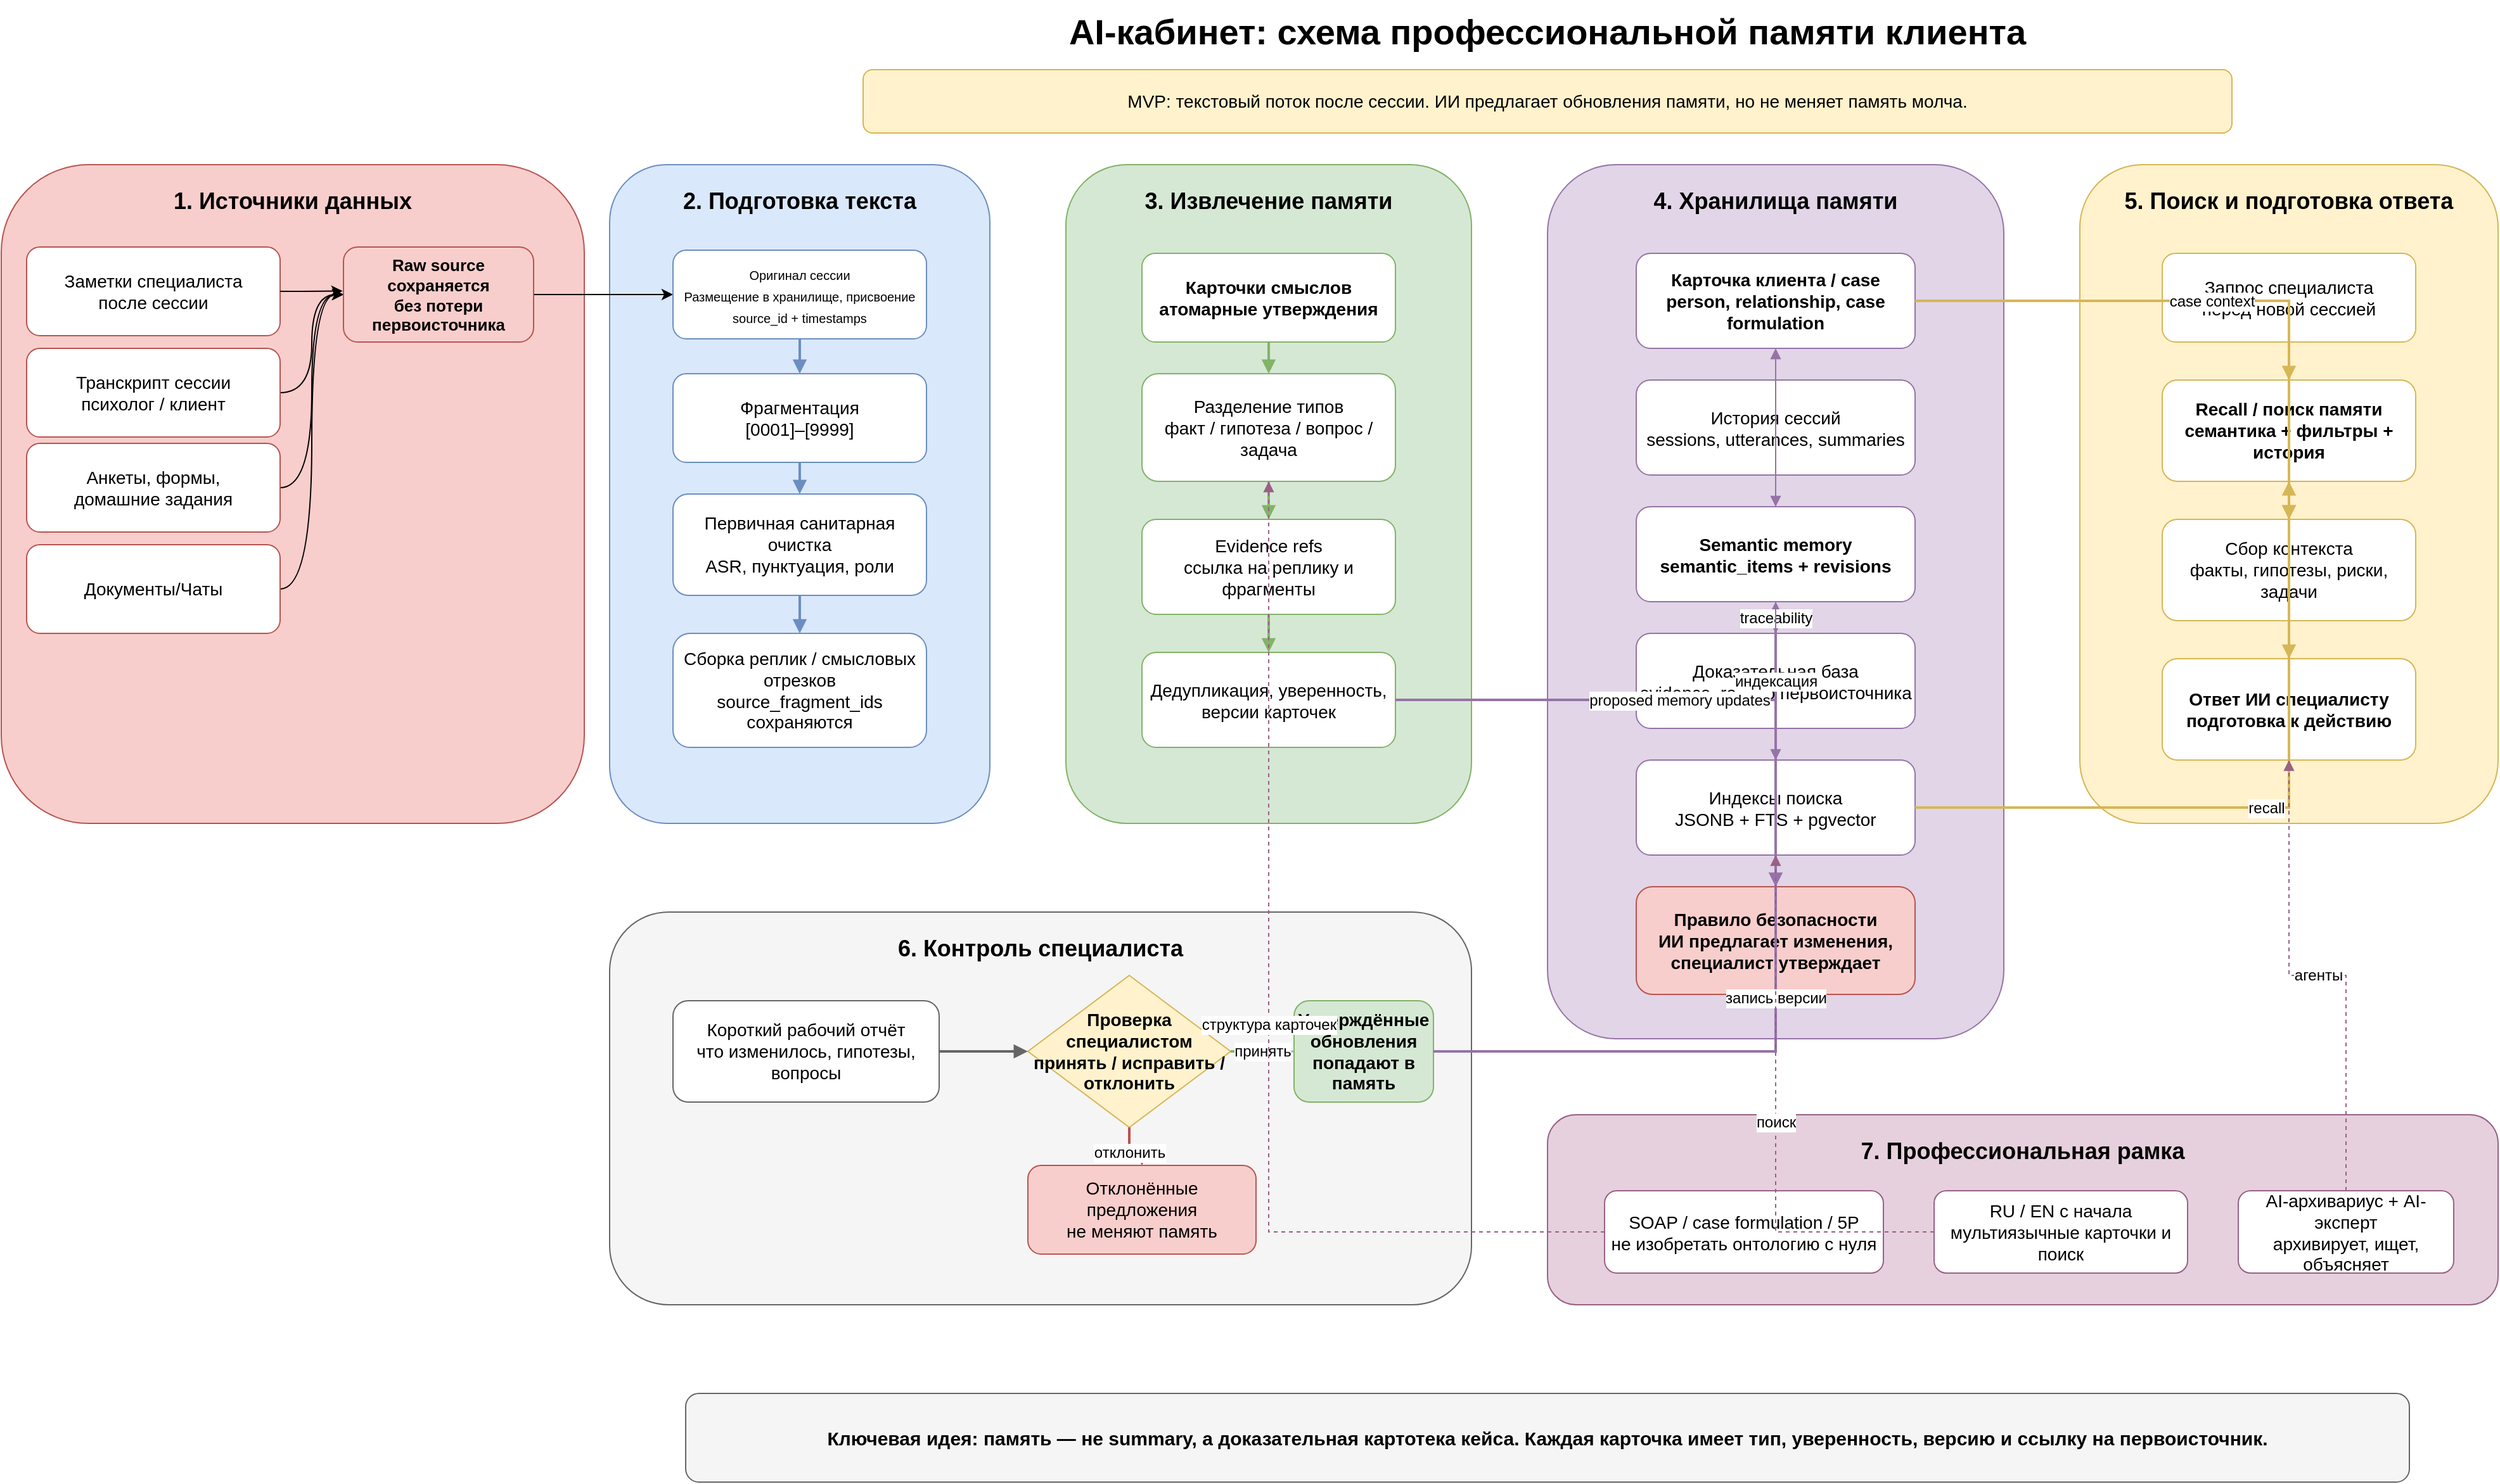
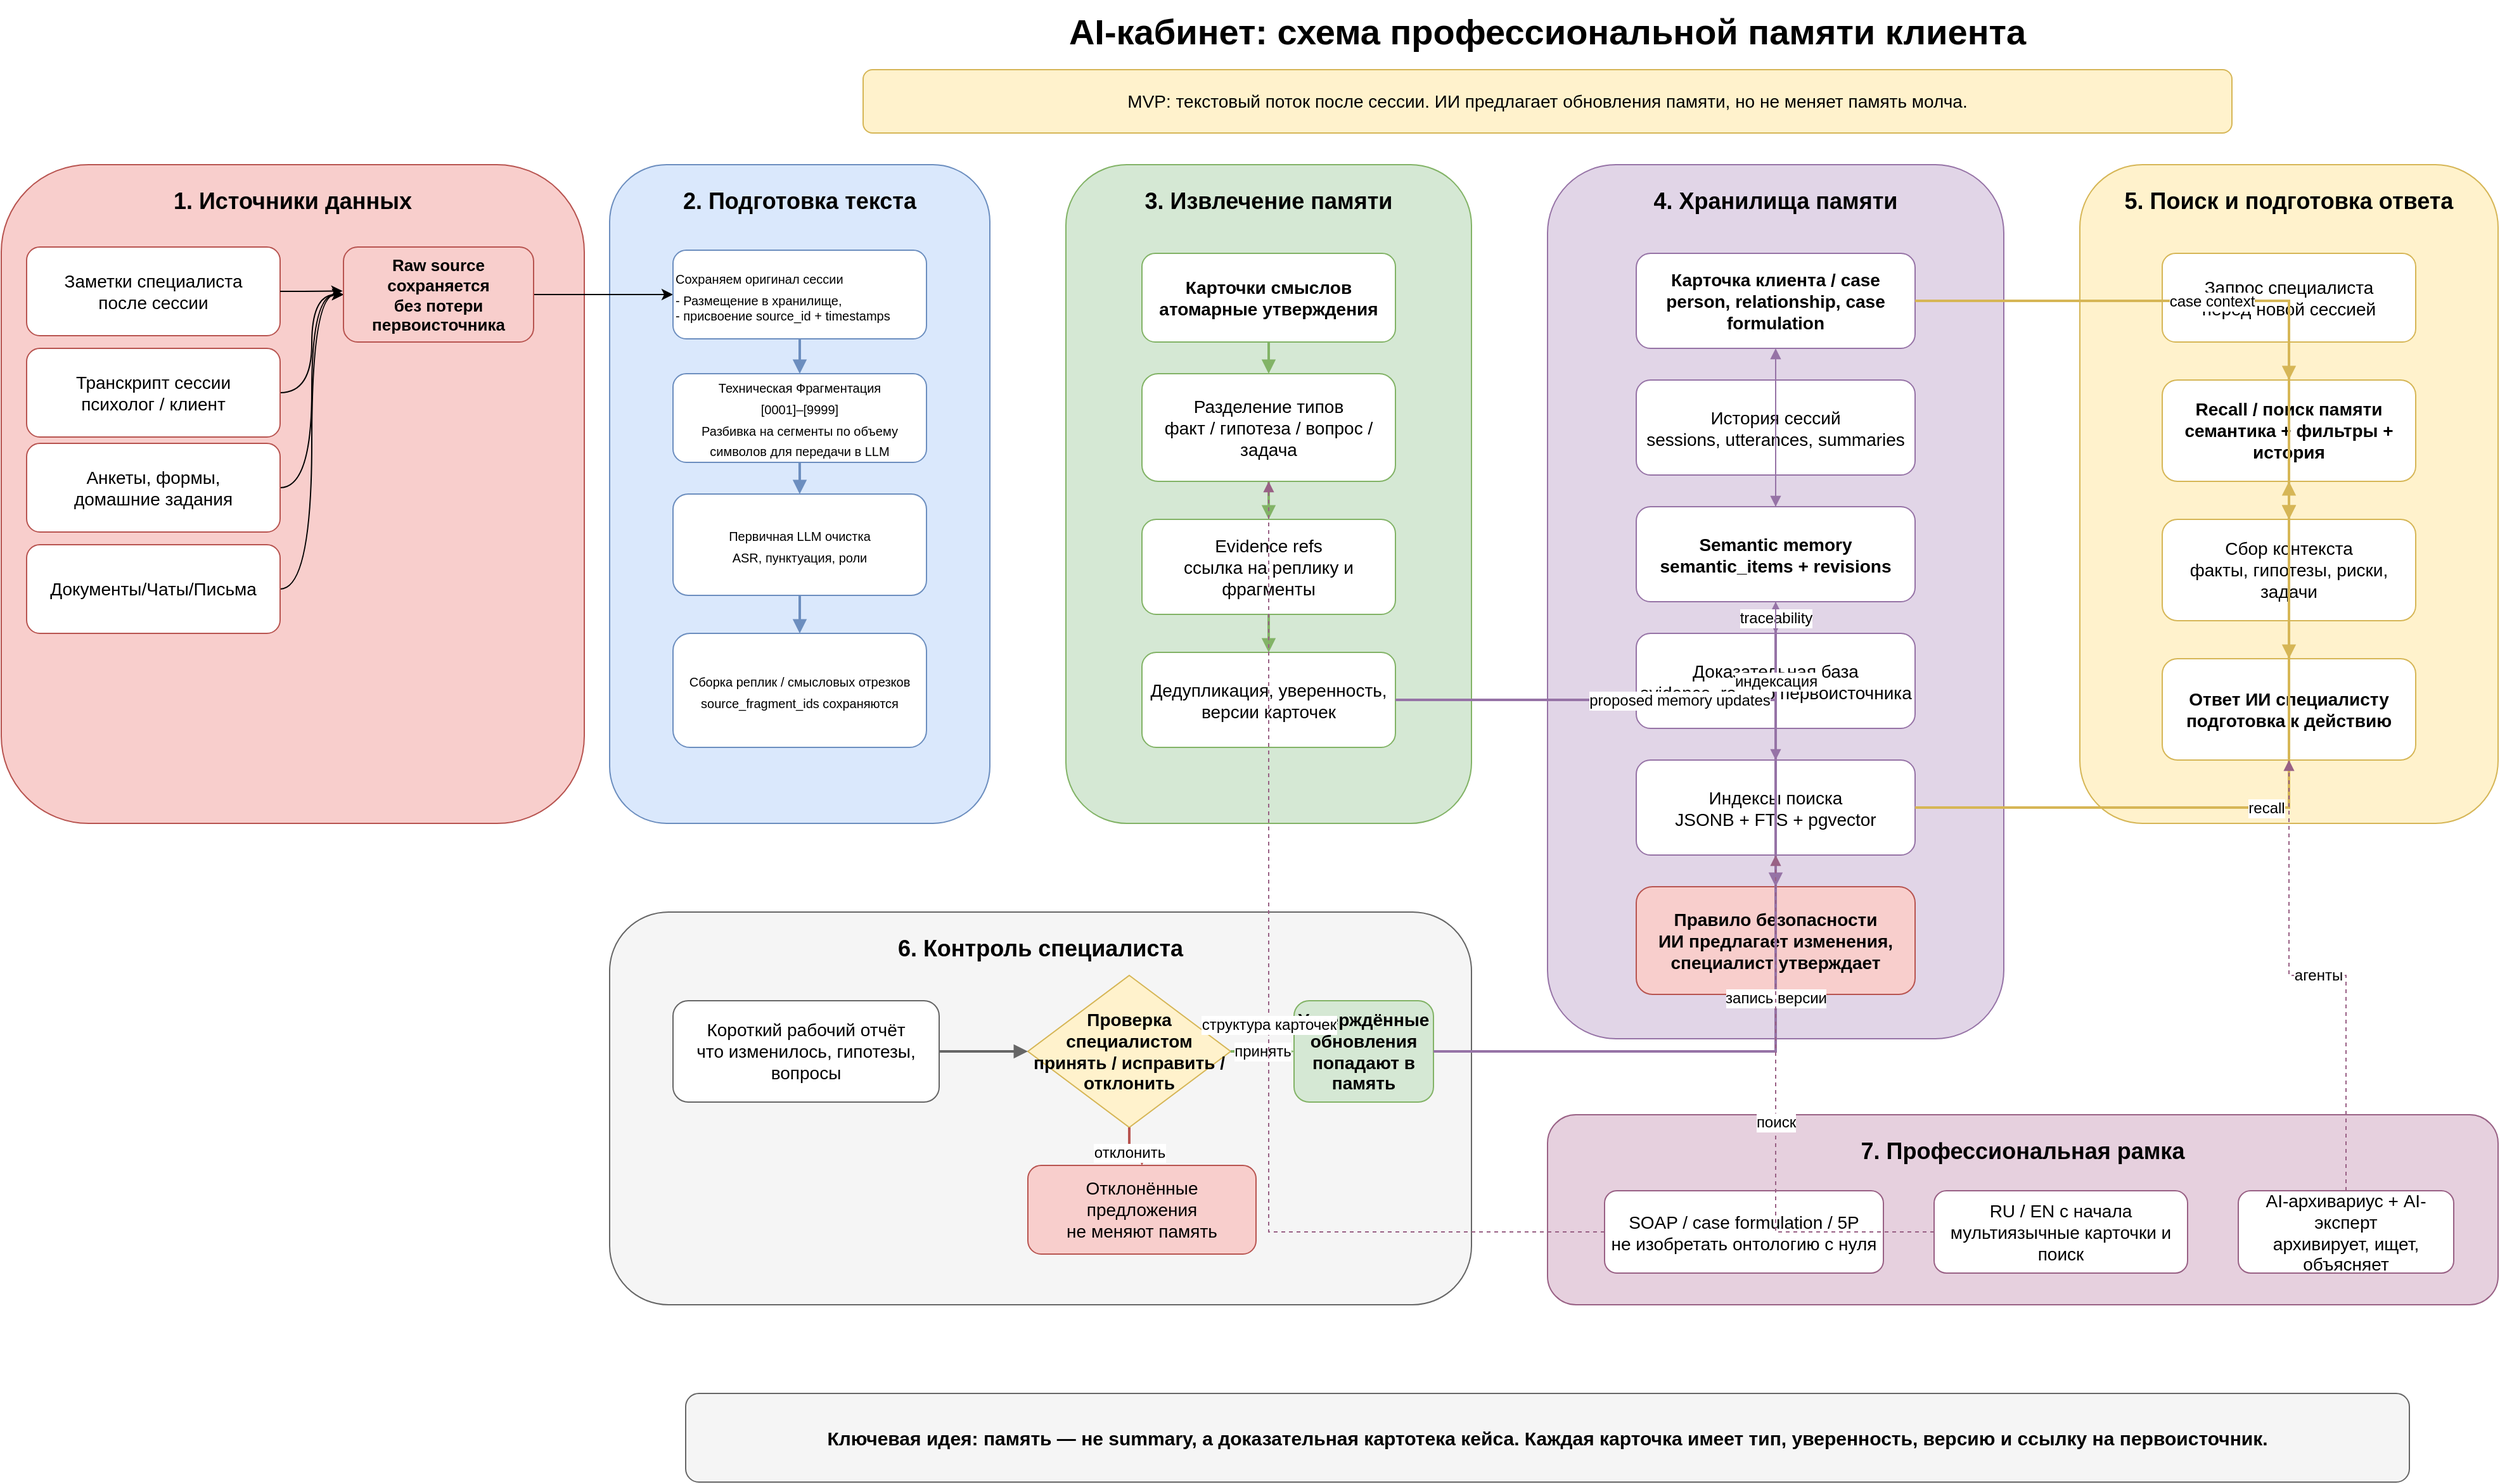
<mxfile host="app.diagrams.net" agent="ChatGPT">
  <diagram name="AI-кабинет — память клиента" id="ai-cabinet-memory-workflow">
-     <mxGraphModel dx="3914" dy="633" grid="1" gridSize="10" guides="1" tooltips="1" connect="1" arrows="1" fold="1" page="1" pageScale="1" pageWidth="2200" pageHeight="1300" math="0" shadow="0">
+     <mxGraphModel dx="4685" dy="918" grid="1" gridSize="10" guides="1" tooltips="1" connect="1" arrows="1" fold="1" page="1" pageScale="1" pageWidth="2200" pageHeight="1300" math="0" shadow="0">
      <root>
        <mxCell id="0" />
        <mxCell id="1" parent="0" />
        <mxCell id="zone_prepare" parent="1" style="rounded=1;whiteSpace=wrap;html=1;fillColor=#dae8fc;strokeColor=#6c8ebf;fontSize=18;fontStyle=1;align=center;verticalAlign=top;spacingTop=12" value="2. Подготовка текста" vertex="1">
          <mxGeometry height="520" width="300" x="360" y="150" as="geometry" />
        </mxCell>
        <mxCell id="title" parent="1" style="text;html=1;strokeColor=none;fillColor=none;align=center;verticalAlign=middle;whiteSpace=wrap;rounded=0;fontSize=28;fontStyle=1" value="AI-кабинет: схема профессиональной памяти клиента" vertex="1">
          <mxGeometry height="50" width="1480" x="360" y="20" as="geometry" />
        </mxCell>
        <mxCell id="subtitle" parent="1" style="rounded=1;whiteSpace=wrap;html=1;fillColor=#fff2cc;strokeColor=#d6b656;fontSize=14;align=center;verticalAlign=middle" value="MVP: текстовый поток после сессии. ИИ предлагает обновления памяти, но не меняет память молча." vertex="1">
          <mxGeometry height="50" width="1080" x="560" y="75" as="geometry" />
        </mxCell>
        <mxCell id="zone_input" parent="1" style="rounded=1;whiteSpace=wrap;html=1;fillColor=#f8cecc;strokeColor=#b85450;fontSize=18;fontStyle=1;align=center;verticalAlign=top;spacingTop=12" value="1. Источники данных" vertex="1">
          <mxGeometry height="520" width="460" x="-120" y="150" as="geometry" />
        </mxCell>
        <mxCell id="source_notes" parent="1" style="rounded=1;whiteSpace=wrap;html=1;fillColor=#ffffff;strokeColor=#b85450;fontSize=14" value="Заметки специалиста&#xa;после сессии" vertex="1">
          <mxGeometry height="70" width="200" x="-100" y="215" as="geometry" />
        </mxCell>
        <mxCell id="Tc8escb-BXCXqptsqmxu-12" edge="1" parent="1" source="source_transcript" style="edgeStyle=orthogonalEdgeStyle;rounded=0;orthogonalLoop=1;jettySize=auto;html=1;entryX=0;entryY=0.5;entryDx=0;entryDy=0;curved=1;" target="source_raw">
          <mxGeometry relative="1" as="geometry" />
        </mxCell>
        <mxCell id="source_transcript" parent="1" style="rounded=1;whiteSpace=wrap;html=1;fillColor=#ffffff;strokeColor=#b85450;fontSize=14" value="Транскрипт сессии&#xa;психолог / клиент" vertex="1">
          <mxGeometry height="70" width="200" x="-100" y="295" as="geometry" />
        </mxCell>
        <mxCell id="Tc8escb-BXCXqptsqmxu-9" edge="1" parent="1" source="source_forms" style="edgeStyle=orthogonalEdgeStyle;rounded=0;orthogonalLoop=1;jettySize=auto;html=1;entryX=0;entryY=0.5;entryDx=0;entryDy=0;curved=1;" target="source_raw">
          <mxGeometry relative="1" as="geometry" />
        </mxCell>
        <mxCell id="source_forms" parent="1" style="rounded=1;whiteSpace=wrap;html=1;fillColor=#ffffff;strokeColor=#b85450;fontSize=14" value="Анкеты, формы,&#xa;домашние задания" vertex="1">
          <mxGeometry height="70" width="200" x="-100" y="370" as="geometry" />
        </mxCell>
        <mxCell id="Tc8escb-BXCXqptsqmxu-10" edge="1" parent="1" source="source_docs" style="edgeStyle=orthogonalEdgeStyle;rounded=0;orthogonalLoop=1;jettySize=auto;html=1;entryX=0;entryY=0.5;entryDx=0;entryDy=0;curved=1;" target="source_raw">
          <mxGeometry relative="1" as="geometry" />
        </mxCell>
-         <mxCell id="source_docs" parent="1" style="rounded=1;whiteSpace=wrap;html=1;fillColor=#ffffff;strokeColor=#b85450;fontSize=14" value="Документы/Чаты" vertex="1">
+         <mxCell id="source_docs" parent="1" style="rounded=1;whiteSpace=wrap;html=1;fillColor=#ffffff;strokeColor=#b85450;fontSize=14" value="Документы/Чаты/Письма" vertex="1">
          <mxGeometry height="70" width="200" x="-100" y="450" as="geometry" />
        </mxCell>
        <mxCell id="Tc8escb-BXCXqptsqmxu-11" edge="1" parent="1" source="source_raw" style="edgeStyle=orthogonalEdgeStyle;rounded=0;orthogonalLoop=1;jettySize=auto;html=1;entryX=0;entryY=0.5;entryDx=0;entryDy=0;" target="prep_original">
          <mxGeometry relative="1" as="geometry" />
        </mxCell>
        <mxCell id="source_raw" parent="1" style="rounded=1;whiteSpace=wrap;html=1;fillColor=#f8cecc;strokeColor=#b85450;fontSize=13;fontStyle=1" value="Raw source сохраняется&#xa;без потери первоисточника" vertex="1">
          <mxGeometry height="75" width="150" x="150" y="215" as="geometry" />
        </mxCell>
-         <mxCell id="prep_original" parent="1" style="rounded=1;whiteSpace=wrap;html=1;fillColor=#ffffff;strokeColor=#6c8ebf;fontSize=14" value="&lt;font style=&quot;font-size: 10px;&quot;&gt;Оригинал сессии&lt;br&gt;Размещение в хранилище, присвоение source_id + timestamps&lt;/font&gt;" vertex="1">
-           <mxGeometry height="70" width="200" x="410" y="217.5" as="geometry" />
-         </mxCell>
-         <mxCell id="prep_fragment" parent="1" style="rounded=1;whiteSpace=wrap;html=1;fillColor=#ffffff;strokeColor=#6c8ebf;fontSize=14;fontStyle=1" value="&lt;span style=&quot;font-weight: normal;&quot;&gt;Фрагментация&lt;br&gt;[0001]–[9999]&lt;/span&gt;" vertex="1">
+         <mxCell id="prep_fragment" parent="1" style="rounded=1;whiteSpace=wrap;html=1;fillColor=#ffffff;strokeColor=#6c8ebf;fontSize=14;fontStyle=1" value="&lt;span style=&quot;font-weight: normal;&quot;&gt;&lt;font style=&quot;font-size: 10px;&quot;&gt;Техническая Фрагментация&lt;br&gt;[0001]–[9999]&lt;br&gt;Разбивка на сегменты по объему символов для передачи в LLM&lt;/font&gt;&lt;/span&gt;" vertex="1">
          <mxGeometry height="70" width="200" x="410" y="315" as="geometry" />
        </mxCell>
-         <mxCell id="prep_clean" parent="1" style="rounded=1;whiteSpace=wrap;html=1;fillColor=#ffffff;strokeColor=#6c8ebf;fontSize=14" value="Первичная санитарная очистка&#xa;ASR, пунктуация, роли" vertex="1">
+         <mxCell id="prep_clean" parent="1" style="rounded=1;whiteSpace=wrap;html=1;fillColor=#ffffff;strokeColor=#6c8ebf;fontSize=14" value="&lt;font style=&quot;font-size: 10px;&quot;&gt;Первичная LLM&amp;nbsp;&lt;/font&gt;&lt;span style=&quot;font-size: 10px; background-color: transparent; color: light-dark(rgb(0, 0, 0), rgb(255, 255, 255));&quot;&gt;очистка&lt;/span&gt;&lt;div&gt;&lt;font style=&quot;font-size: 10px;&quot;&gt;ASR, пунктуация, роли&lt;/font&gt;&lt;/div&gt;" vertex="1">
          <mxGeometry height="80" width="200" x="410" y="410" as="geometry" />
        </mxCell>
-         <mxCell id="prep_assembly" parent="1" style="rounded=1;whiteSpace=wrap;html=1;fillColor=#ffffff;strokeColor=#6c8ebf;fontSize=14" value="Сборка реплик / смысловых отрезков&#xa;source_fragment_ids сохраняются" vertex="1">
+         <mxCell id="prep_assembly" parent="1" style="rounded=1;whiteSpace=wrap;html=1;fillColor=#ffffff;strokeColor=#6c8ebf;fontSize=14" value="&lt;font style=&quot;font-size: 10px;&quot;&gt;Сборка реплик / смысловых отрезков&lt;br&gt;source_fragment_ids сохраняются&lt;/font&gt;" vertex="1">
          <mxGeometry height="90" width="200" x="410" y="520" as="geometry" />
        </mxCell>
        <mxCell id="zone_extract" parent="1" style="rounded=1;whiteSpace=wrap;html=1;fillColor=#d5e8d4;strokeColor=#82b366;fontSize=18;fontStyle=1;align=center;verticalAlign=top;spacingTop=12" value="3. Извлечение памяти" vertex="1">
          <mxGeometry height="520" width="320" x="720" y="150" as="geometry" />
        </mxCell>
        <mxCell id="extract_cards" parent="1" style="rounded=1;whiteSpace=wrap;html=1;fillColor=#ffffff;strokeColor=#82b366;fontSize=14;fontStyle=1" value="Карточки смыслов&#xa;атомарные утверждения" vertex="1">
          <mxGeometry height="70" width="200" x="780" y="220" as="geometry" />
        </mxCell>
        <mxCell id="extract_fact_hyp" parent="1" style="rounded=1;whiteSpace=wrap;html=1;fillColor=#ffffff;strokeColor=#82b366;fontSize=14" value="Разделение типов&#xa;факт / гипотеза / вопрос / задача" vertex="1">
          <mxGeometry height="85" width="200" x="780" y="315" as="geometry" />
        </mxCell>
        <mxCell id="extract_evidence" parent="1" style="rounded=1;whiteSpace=wrap;html=1;fillColor=#ffffff;strokeColor=#82b366;fontSize=14" value="Evidence refs&#xa;ссылка на реплику и фрагменты" vertex="1">
          <mxGeometry height="75" width="200" x="780" y="430" as="geometry" />
        </mxCell>
        <mxCell id="extract_dedup" parent="1" style="rounded=1;whiteSpace=wrap;html=1;fillColor=#ffffff;strokeColor=#82b366;fontSize=14" value="Дедупликация, уверенность,&#xa;версии карточек" vertex="1">
          <mxGeometry height="75" width="200" x="780" y="535" as="geometry" />
        </mxCell>
        <mxCell id="zone_storage" parent="1" style="rounded=1;whiteSpace=wrap;html=1;fillColor=#e1d5e7;strokeColor=#9673a6;fontSize=18;fontStyle=1;align=center;verticalAlign=top;spacingTop=12" value="4. Хранилища памяти" vertex="1">
          <mxGeometry height="690" width="360" x="1100" y="150" as="geometry" />
        </mxCell>
        <mxCell id="store_client" parent="1" style="rounded=1;whiteSpace=wrap;html=1;fillColor=#ffffff;strokeColor=#9673a6;fontSize=14;fontStyle=1" value="Карточка клиента / case&#xa;person, relationship, case formulation" vertex="1">
          <mxGeometry height="75" width="220" x="1170" y="220" as="geometry" />
        </mxCell>
        <mxCell id="store_sessions" parent="1" style="rounded=1;whiteSpace=wrap;html=1;fillColor=#ffffff;strokeColor=#9673a6;fontSize=14" value="История сессий&#xa;sessions, utterances, summaries" vertex="1">
          <mxGeometry height="75" width="220" x="1170" y="320" as="geometry" />
        </mxCell>
        <mxCell id="store_semantic" parent="1" style="rounded=1;whiteSpace=wrap;html=1;fillColor=#ffffff;strokeColor=#9673a6;fontSize=14;fontStyle=1" value="Semantic memory&#xa;semantic_items + revisions" vertex="1">
          <mxGeometry height="75" width="220" x="1170" y="420" as="geometry" />
        </mxCell>
        <mxCell id="store_evidence" parent="1" style="rounded=1;whiteSpace=wrap;html=1;fillColor=#ffffff;strokeColor=#9673a6;fontSize=14" value="Доказательная база&#xa;evidence_refs до первоисточника" vertex="1">
          <mxGeometry height="75" width="220" x="1170" y="520" as="geometry" />
        </mxCell>
        <mxCell id="store_index" parent="1" style="rounded=1;whiteSpace=wrap;html=1;fillColor=#ffffff;strokeColor=#9673a6;fontSize=14" value="Индексы поиска&#xa;JSONB + FTS + pgvector" vertex="1">
          <mxGeometry height="75" width="220" x="1170" y="620" as="geometry" />
        </mxCell>
        <mxCell id="store_policy" parent="1" style="rounded=1;whiteSpace=wrap;html=1;fillColor=#f8cecc;strokeColor=#b85450;fontSize=14;fontStyle=1" value="Правило безопасности&#xa;ИИ предлагает изменения,&#xa;специалист утверждает" vertex="1">
          <mxGeometry height="85" width="220" x="1170" y="720" as="geometry" />
        </mxCell>
        <mxCell id="zone_retrieval" parent="1" style="rounded=1;whiteSpace=wrap;html=1;fillColor=#fff2cc;strokeColor=#d6b656;fontSize=18;fontStyle=1;align=center;verticalAlign=top;spacingTop=12" value="5. Поиск и подготовка ответа" vertex="1">
          <mxGeometry height="520" width="330" x="1520" y="150" as="geometry" />
        </mxCell>
        <mxCell id="retrieval_query" parent="1" style="rounded=1;whiteSpace=wrap;html=1;fillColor=#ffffff;strokeColor=#d6b656;fontSize=14" value="Запрос специалиста&#xa;перед новой сессией" vertex="1">
          <mxGeometry height="70" width="200" x="1585" y="220" as="geometry" />
        </mxCell>
        <mxCell id="retrieval_search" parent="1" style="rounded=1;whiteSpace=wrap;html=1;fillColor=#ffffff;strokeColor=#d6b656;fontSize=14;fontStyle=1" value="Recall / поиск памяти&#xa;семантика + фильтры + история" vertex="1">
          <mxGeometry height="80" width="200" x="1585" y="320" as="geometry" />
        </mxCell>
        <mxCell id="retrieval_context" parent="1" style="rounded=1;whiteSpace=wrap;html=1;fillColor=#ffffff;strokeColor=#d6b656;fontSize=14" value="Сбор контекста&#xa;факты, гипотезы, риски, задачи" vertex="1">
          <mxGeometry height="80" width="200" x="1585" y="430" as="geometry" />
        </mxCell>
        <mxCell id="retrieval_answer" parent="1" style="rounded=1;whiteSpace=wrap;html=1;fillColor=#ffffff;strokeColor=#d6b656;fontSize=14;fontStyle=1" value="Ответ ИИ специалисту&#xa;подготовка к действию" vertex="1">
          <mxGeometry height="80" width="200" x="1585" y="540" as="geometry" />
        </mxCell>
        <mxCell id="zone_human" parent="1" style="rounded=1;whiteSpace=wrap;html=1;fillColor=#f5f5f5;strokeColor=#666666;fontSize=18;fontStyle=1;align=center;verticalAlign=top;spacingTop=12" value="6. Контроль специалиста" vertex="1">
          <mxGeometry height="310" width="680" x="360" y="740" as="geometry" />
        </mxCell>
        <mxCell id="human_report" parent="1" style="rounded=1;whiteSpace=wrap;html=1;fillColor=#ffffff;strokeColor=#666666;fontSize=14" value="Короткий рабочий отчёт&#xa;что изменилось, гипотезы, вопросы" vertex="1">
          <mxGeometry height="80" width="210" x="410" y="810" as="geometry" />
        </mxCell>
        <mxCell id="human_review" parent="1" style="rhombus;whiteSpace=wrap;html=1;fillColor=#fff2cc;strokeColor=#d6b656;fontSize=14;fontStyle=1" value="Проверка специалистом&#xa;принять / исправить / отклонить" vertex="1">
          <mxGeometry height="120" width="160" x="690" y="790" as="geometry" />
        </mxCell>
        <mxCell id="human_commit" parent="1" style="rounded=1;whiteSpace=wrap;html=1;fillColor=#d5e8d4;strokeColor=#82b366;fontSize=14;fontStyle=1" value="Утверждённые обновления&#xa;попадают в память" vertex="1">
          <mxGeometry height="80" width="110" x="900" y="810" as="geometry" />
        </mxCell>
        <mxCell id="human_reject" parent="1" style="rounded=1;whiteSpace=wrap;html=1;fillColor=#f8cecc;strokeColor=#b85450;fontSize=14" value="Отклонённые предложения&#xa;не меняют память" vertex="1">
          <mxGeometry height="70" width="180" x="690" y="940" as="geometry" />
        </mxCell>
        <mxCell id="zone_standards" parent="1" style="rounded=1;whiteSpace=wrap;html=1;fillColor=#e6d0de;strokeColor=#996185;fontSize=18;fontStyle=1;align=center;verticalAlign=top;spacingTop=12" value="7. Профессиональная рамка" vertex="1">
          <mxGeometry height="150" width="750" x="1100" y="900" as="geometry" />
        </mxCell>
        <mxCell id="standard_soap" parent="1" style="rounded=1;whiteSpace=wrap;html=1;fillColor=#ffffff;strokeColor=#996185;fontSize=14" value="SOAP / case formulation / 5P&#xa;не изобретать онтологию с нуля" vertex="1">
          <mxGeometry height="65" width="220" x="1145" y="960" as="geometry" />
        </mxCell>
        <mxCell id="standard_multi" parent="1" style="rounded=1;whiteSpace=wrap;html=1;fillColor=#ffffff;strokeColor=#996185;fontSize=14" value="RU / EN с начала&#xa;мультиязычные карточки и поиск" vertex="1">
          <mxGeometry height="65" width="200" x="1405" y="960" as="geometry" />
        </mxCell>
        <mxCell id="standard_roles" parent="1" style="rounded=1;whiteSpace=wrap;html=1;fillColor=#ffffff;strokeColor=#996185;fontSize=14" value="AI-архивариус + AI-эксперт&#xa;архивирует, ищет, объясняет" vertex="1">
          <mxGeometry height="65" width="170" x="1645" y="960" as="geometry" />
        </mxCell>
        <mxCell id="edge_prep1" edge="1" parent="1" source="prep_original" style="edgeStyle=orthogonalEdgeStyle;rounded=0;orthogonalLoop=1;jettySize=auto;html=1;endArrow=block;endFill=1;strokeWidth=2;strokeColor=#6c8ebf;" target="prep_fragment" value="">
          <mxGeometry relative="1" as="geometry" />
        </mxCell>
        <mxCell id="edge_prep2" edge="1" parent="1" style="edgeStyle=orthogonalEdgeStyle;rounded=0;orthogonalLoop=1;jettySize=auto;html=1;endArrow=block;endFill=1;strokeWidth=2;strokeColor=#6c8ebf;entryX=0.5;entryY=0;entryDx=0;entryDy=0;" value="">
          <mxGeometry relative="1" as="geometry">
            <Array as="points">
              <mxPoint x="509.96" y="400" />
              <mxPoint x="509.96" y="400" />
            </Array>
            <mxPoint x="509.96" y="385" as="sourcePoint" />
            <mxPoint x="509.96" y="410" as="targetPoint" />
          </mxGeometry>
        </mxCell>
        <mxCell id="edge_prep3" edge="1" parent="1" source="prep_clean" style="edgeStyle=orthogonalEdgeStyle;rounded=0;orthogonalLoop=1;jettySize=auto;html=1;endArrow=block;endFill=1;strokeWidth=2;strokeColor=#6c8ebf;" target="prep_assembly" value="">
          <mxGeometry relative="1" as="geometry" />
        </mxCell>
        <mxCell id="edge_extract1" edge="1" parent="1" source="extract_cards" style="edgeStyle=orthogonalEdgeStyle;rounded=0;orthogonalLoop=1;jettySize=auto;html=1;endArrow=block;endFill=1;strokeWidth=2;strokeColor=#82b366;" target="extract_fact_hyp" value="">
          <mxGeometry relative="1" as="geometry" />
        </mxCell>
        <mxCell id="edge_extract2" edge="1" parent="1" source="extract_fact_hyp" style="edgeStyle=orthogonalEdgeStyle;rounded=0;orthogonalLoop=1;jettySize=auto;html=1;endArrow=block;endFill=1;strokeWidth=2;strokeColor=#82b366;" target="extract_evidence" value="">
          <mxGeometry relative="1" as="geometry" />
        </mxCell>
        <mxCell id="edge_extract3" edge="1" parent="1" source="extract_evidence" style="edgeStyle=orthogonalEdgeStyle;rounded=0;orthogonalLoop=1;jettySize=auto;html=1;endArrow=block;endFill=1;strokeWidth=2;strokeColor=#82b366;" target="extract_dedup" value="">
          <mxGeometry relative="1" as="geometry" />
        </mxCell>
        <mxCell id="edge_to_store" edge="1" parent="1" source="extract_dedup" style="edgeStyle=orthogonalEdgeStyle;rounded=0;orthogonalLoop=1;jettySize=auto;html=1;endArrow=block;endFill=1;strokeWidth=2;strokeColor=#9673a6;fontSize=12;" target="store_policy" value="proposed memory updates">
          <mxGeometry relative="1" as="geometry" />
        </mxCell>
        <mxCell id="edge_report_review" edge="1" parent="1" source="human_report" style="edgeStyle=orthogonalEdgeStyle;rounded=0;orthogonalLoop=1;jettySize=auto;html=1;endArrow=block;endFill=1;strokeWidth=2;strokeColor=#666666;" target="human_review" value="">
          <mxGeometry relative="1" as="geometry" />
        </mxCell>
        <mxCell id="edge_review_commit" edge="1" parent="1" source="human_review" style="edgeStyle=orthogonalEdgeStyle;rounded=0;orthogonalLoop=1;jettySize=auto;html=1;endArrow=block;endFill=1;strokeWidth=2;strokeColor=#82b366;fontSize=12;" target="human_commit" value="принять">
          <mxGeometry relative="1" as="geometry" />
        </mxCell>
        <mxCell id="edge_review_reject" edge="1" parent="1" source="human_review" style="edgeStyle=orthogonalEdgeStyle;rounded=0;orthogonalLoop=1;jettySize=auto;html=1;endArrow=block;endFill=1;strokeWidth=2;strokeColor=#b85450;fontSize=12;" target="human_reject" value="отклонить">
          <mxGeometry relative="1" as="geometry" />
        </mxCell>
        <mxCell id="edge_commit_store" edge="1" parent="1" source="human_commit" style="edgeStyle=orthogonalEdgeStyle;rounded=0;orthogonalLoop=1;jettySize=auto;html=1;endArrow=block;endFill=1;strokeWidth=2;strokeColor=#9673a6;fontSize=12;" target="store_semantic" value="запись версии">
          <mxGeometry relative="1" as="geometry" />
        </mxCell>
        <mxCell id="edge_store_client" edge="1" parent="1" source="store_semantic" style="edgeStyle=orthogonalEdgeStyle;rounded=0;orthogonalLoop=1;jettySize=auto;html=1;endArrow=block;endFill=1;strokeColor=#9673a6;" target="store_client" value="">
          <mxGeometry relative="1" as="geometry" />
        </mxCell>
        <mxCell id="edge_store_sessions" edge="1" parent="1" source="store_sessions" style="edgeStyle=orthogonalEdgeStyle;rounded=0;orthogonalLoop=1;jettySize=auto;html=1;endArrow=block;endFill=1;strokeColor=#9673a6;" target="store_semantic" value="">
          <mxGeometry relative="1" as="geometry" />
        </mxCell>
        <mxCell id="edge_store_evidence" edge="1" parent="1" source="store_semantic" style="edgeStyle=orthogonalEdgeStyle;rounded=0;orthogonalLoop=1;jettySize=auto;html=1;endArrow=block;endFill=1;strokeColor=#9673a6;fontSize=12;" target="store_evidence" value="traceability">
          <mxGeometry relative="1" as="geometry" />
        </mxCell>
        <mxCell id="edge_store_index" edge="1" parent="1" source="store_semantic" style="edgeStyle=orthogonalEdgeStyle;rounded=0;orthogonalLoop=1;jettySize=auto;html=1;endArrow=block;endFill=1;strokeColor=#9673a6;fontSize=12;" target="store_index" value="индексация">
          <mxGeometry relative="1" as="geometry" />
        </mxCell>
        <mxCell id="edge_query_search" edge="1" parent="1" source="retrieval_query" style="edgeStyle=orthogonalEdgeStyle;rounded=0;orthogonalLoop=1;jettySize=auto;html=1;endArrow=block;endFill=1;strokeWidth=2;strokeColor=#d6b656;" target="retrieval_search" value="">
          <mxGeometry relative="1" as="geometry" />
        </mxCell>
        <mxCell id="edge_search_context" edge="1" parent="1" source="retrieval_search" style="edgeStyle=orthogonalEdgeStyle;rounded=0;orthogonalLoop=1;jettySize=auto;html=1;endArrow=block;endFill=1;strokeWidth=2;strokeColor=#d6b656;" target="retrieval_context" value="">
          <mxGeometry relative="1" as="geometry" />
        </mxCell>
        <mxCell id="edge_context_answer" edge="1" parent="1" source="retrieval_context" style="edgeStyle=orthogonalEdgeStyle;rounded=0;orthogonalLoop=1;jettySize=auto;html=1;endArrow=block;endFill=1;strokeWidth=2;strokeColor=#d6b656;" target="retrieval_answer" value="">
          <mxGeometry relative="1" as="geometry" />
        </mxCell>
        <mxCell id="edge_index_search" edge="1" parent="1" source="store_index" style="edgeStyle=orthogonalEdgeStyle;rounded=0;orthogonalLoop=1;jettySize=auto;html=1;endArrow=block;endFill=1;strokeWidth=2;strokeColor=#d6b656;fontSize=12;" target="retrieval_search" value="recall">
          <mxGeometry relative="1" as="geometry" />
        </mxCell>
        <mxCell id="edge_client_context" edge="1" parent="1" source="store_client" style="edgeStyle=orthogonalEdgeStyle;rounded=0;orthogonalLoop=1;jettySize=auto;html=1;endArrow=block;endFill=1;strokeWidth=2;strokeColor=#d6b656;fontSize=12;" target="retrieval_context" value="case context">
          <mxGeometry relative="1" as="geometry" />
        </mxCell>
        <mxCell id="edge_standard_semantic" edge="1" parent="1" source="standard_soap" style="edgeStyle=orthogonalEdgeStyle;rounded=0;orthogonalLoop=1;jettySize=auto;html=1;endArrow=block;endFill=1;strokeColor=#996185;fontSize=12;dashed=1;" target="extract_fact_hyp" value="структура карточек">
          <mxGeometry relative="1" as="geometry" />
        </mxCell>
        <mxCell id="edge_standard_multi" edge="1" parent="1" source="standard_multi" style="edgeStyle=orthogonalEdgeStyle;rounded=0;orthogonalLoop=1;jettySize=auto;html=1;endArrow=block;endFill=1;strokeColor=#996185;fontSize=12;dashed=1;" target="store_index" value="поиск">
          <mxGeometry relative="1" as="geometry" />
        </mxCell>
        <mxCell id="edge_standard_roles" edge="1" parent="1" source="standard_roles" style="edgeStyle=orthogonalEdgeStyle;rounded=0;orthogonalLoop=1;jettySize=auto;html=1;endArrow=block;endFill=1;strokeColor=#996185;fontSize=12;dashed=1;" target="retrieval_answer" value="агенты">
          <mxGeometry relative="1" as="geometry" />
        </mxCell>
        <mxCell id="note_bottom" parent="1" style="rounded=1;whiteSpace=wrap;html=1;fillColor=#f5f5f5;strokeColor=#666666;fontSize=15;fontStyle=1;align=center" value="Ключевая идея: память — не summary, а доказательная картотека кейса. Каждая карточка имеет тип, уверенность, версию и ссылку на первоисточник." vertex="1">
          <mxGeometry height="70" width="1360" x="420" y="1120" as="geometry" />
        </mxCell>
        <mxCell id="Tc8escb-BXCXqptsqmxu-8" edge="1" parent="1" source="source_notes" style="edgeStyle=orthogonalEdgeStyle;rounded=0;orthogonalLoop=1;jettySize=auto;html=1;entryX=-0.004;entryY=0.463;entryDx=0;entryDy=0;entryPerimeter=0;curved=1;" target="source_raw">
          <mxGeometry relative="1" as="geometry" />
        </mxCell>
+         <mxCell id="prep_original" parent="1" style="rounded=1;whiteSpace=wrap;html=1;fillColor=#ffffff;strokeColor=#6c8ebf;fontSize=14;align=left;" value="&lt;font style=&quot;font-size: 10px;&quot;&gt;Сохраняем оригинал сессии&lt;br&gt;- Размещение в хранилище, &lt;br&gt;&lt;div style=&quot;&quot;&gt;&lt;span style=&quot;background-color: transparent; color: light-dark(rgb(0, 0, 0), rgb(255, 255, 255));&quot;&gt;- присвоение &lt;/span&gt;&lt;span style=&quot;background-color: transparent; color: light-dark(rgb(0, 0, 0), rgb(255, 255, 255));&quot;&gt;source_id + &lt;/span&gt;&lt;span style=&quot;background-color: transparent; color: light-dark(rgb(0, 0, 0), rgb(255, 255, 255));&quot;&gt;timestamps&lt;/span&gt;&lt;/div&gt;&lt;/font&gt;" vertex="1">
+           <mxGeometry height="70" width="200" x="410" y="217.5" as="geometry" />
+         </mxCell>
      </root>
    </mxGraphModel>
  </diagram>
</mxfile>
